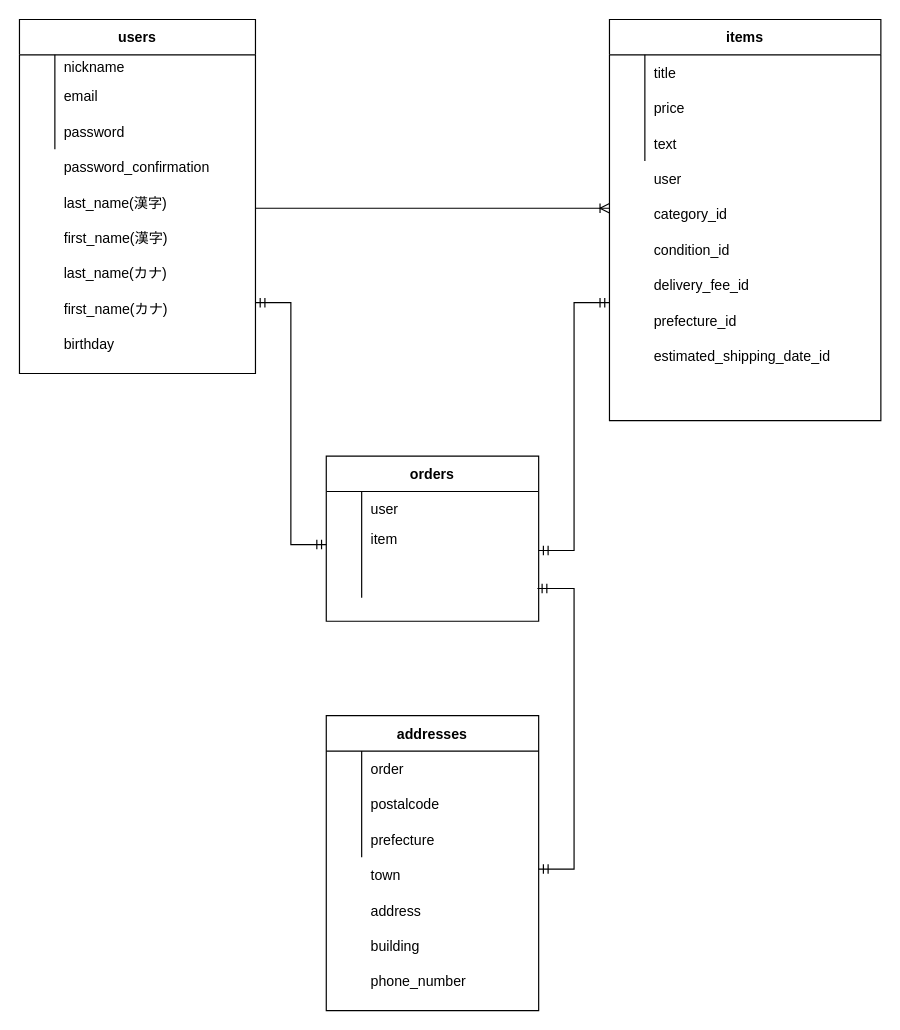
tsuyoki1124/furima-34005 keeps this draw.io diagram as furima.dio. Above is the earlier version. Source tidied: cells renumbered, new cells numbered last; positions are measured from the earlier drawing's top-left corner, leaving out a move shared by most shapes. Both pictures are drawn from the tidied source at 118%, with x=0, y=0 at pixel (19, 19).
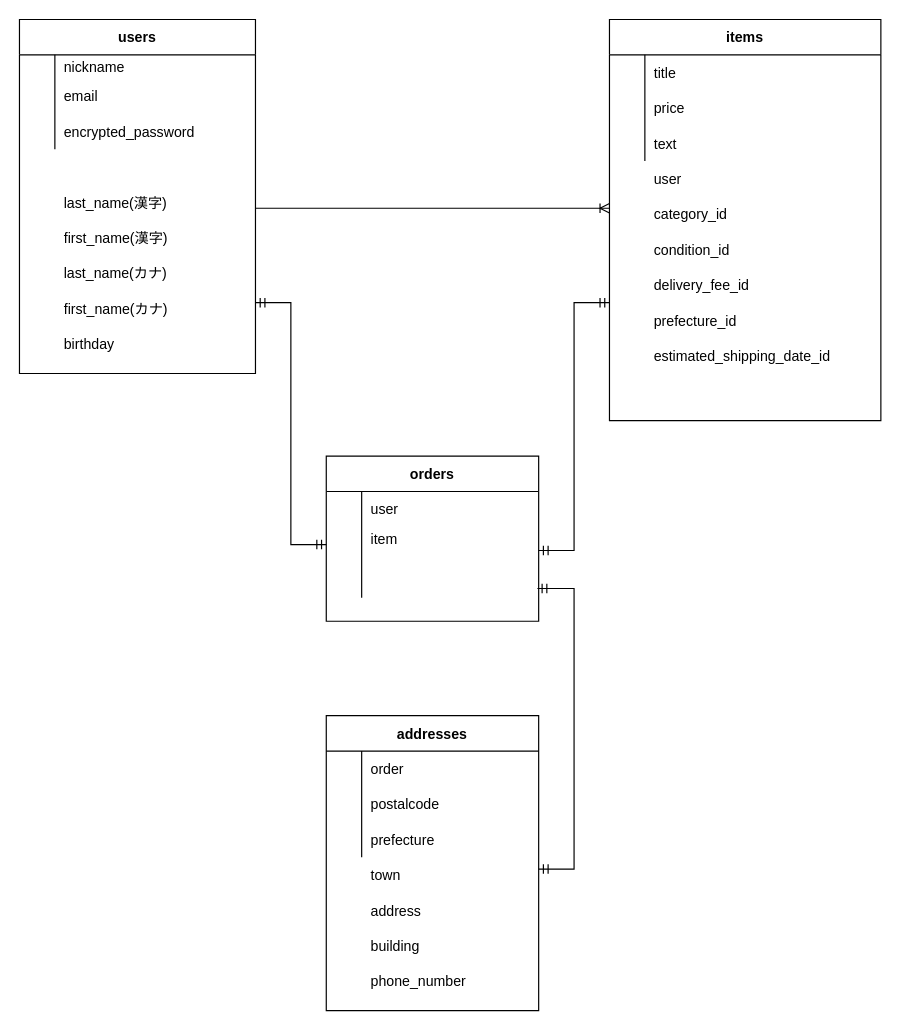
The same page after the edit.

The change refers to these unchanged cells:
```xml
<mxCell id="2" style="group;" parent="1" vertex="1">
  <mxGeometry width="490" height="300" as="geometry" />
</mxCell>
<mxCell id="10" style="shape=partialRectangle;fillColor=none;top=0;left=0;bottom=0;right=0;" parent="3" vertex="1">
  <mxGeometry y="80" width="200" height="30" as="geometry" />
</mxCell>
```

What changed in the source:
```diff
@@
-    <mxCell id="12" value="password" style="shape=partialRectangle;fillColor=none;top=0;left=0;bottom=0;right=0;align=left;spacingLeft=6;overflow=hidden;" parent="10" vertex="1">
+    <mxCell id="12" value="encrypted_password" style="shape=partialRectangle;fillColor=none;top=0;left=0;bottom=0;right=0;align=left;spacingLeft=6;overflow=hidden;" parent="10" vertex="1">
       <mxGeometry x="30" width="170" height="30" as="geometry" />
     </mxCell>
-    <mxCell id="13" value="password_confirmation" style="shape=partialRectangle;fillColor=none;top=0;left=0;bottom=0;right=0;align=left;spacingLeft=6;overflow=hidden;" parent="2" vertex="1">
+    <mxCell id="13" style="shape=partialRectangle;fillColor=none;top=0;left=0;bottom=0;right=0;align=left;spacingLeft=6;overflow=hidden;" parent="2" vertex="1">
       <mxGeometry x="30" y="110" width="280" height="30" as="geometry" />
     </mxCell>
```
